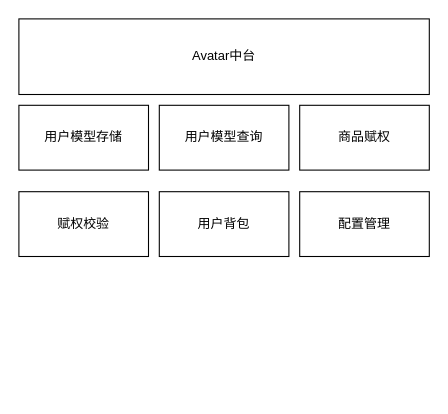
Before: Untitled Diagram.drawio in ysfseu/chart, a draw.io diagram. Source tidied: cells renumbered, new cells numbered last; positions are measured from the earlier drawing's top-left corner, leaving out a move shared by most shapes. Both pictures are drawn from the tidied source at 108%, with x=0, y=0 at pixel (18, 18).
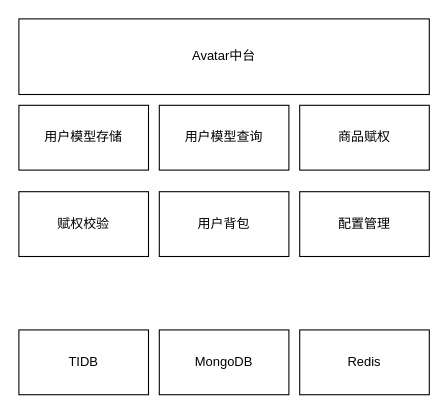
The same diagram, later.

Diff of the diagram source:
```diff
@@
 <mxGraphModel>
   <root>
     <mxCell id="0" />
     <mxCell id="1" parent="0" />
     <mxCell id="2" value="Avatar中台" style="rounded=0;whiteSpace=wrap;html=1;" parent="1" vertex="1">
       <mxGeometry width="380" height="70" as="geometry" />
     </mxCell>
     <mxCell id="3" value="用户模型存储" style="rounded=0;whiteSpace=wrap;html=1;" parent="1" vertex="1">
       <mxGeometry y="80" width="120" height="60" as="geometry" />
     </mxCell>
     <mxCell id="4" value="用户模型查询" style="rounded=0;whiteSpace=wrap;html=1;" parent="1" vertex="1">
       <mxGeometry x="130" y="80" width="120" height="60" as="geometry" />
     </mxCell>
     <mxCell id="5" value="商品赋权" style="rounded=0;whiteSpace=wrap;html=1;" parent="1" vertex="1">
       <mxGeometry x="260" y="80" width="120" height="60" as="geometry" />
     </mxCell>
     <mxCell id="6" value="配置管理" style="rounded=0;whiteSpace=wrap;html=1;" parent="1" vertex="1">
       <mxGeometry x="260" y="160" width="120" height="60" as="geometry" />
     </mxCell>
     <mxCell id="7" value="用户背包" style="rounded=0;whiteSpace=wrap;html=1;" parent="1" vertex="1">
       <mxGeometry x="130" y="160" width="120" height="60" as="geometry" />
     </mxCell>
     <mxCell id="8" value="赋权校验" style="rounded=0;whiteSpace=wrap;html=1;" parent="1" vertex="1">
       <mxGeometry y="160" width="120" height="60" as="geometry" />
     </mxCell>
+    <mxCell id="9" value="TIDB" style="rounded=0;whiteSpace=wrap;html=1;" parent="1" vertex="1">
+      <mxGeometry y="288" width="120" height="60" as="geometry" />
+    </mxCell>
+    <mxCell id="10" value="MongoDB" style="rounded=0;whiteSpace=wrap;html=1;" parent="1" vertex="1">
+      <mxGeometry x="130" y="288" width="120" height="60" as="geometry" />
+    </mxCell>
+    <mxCell id="11" value="Redis" style="rounded=0;whiteSpace=wrap;html=1;" parent="1" vertex="1">
+      <mxGeometry x="260" y="288" width="120" height="60" as="geometry" />
+    </mxCell>
   </root>
 </mxGraphModel>
```
